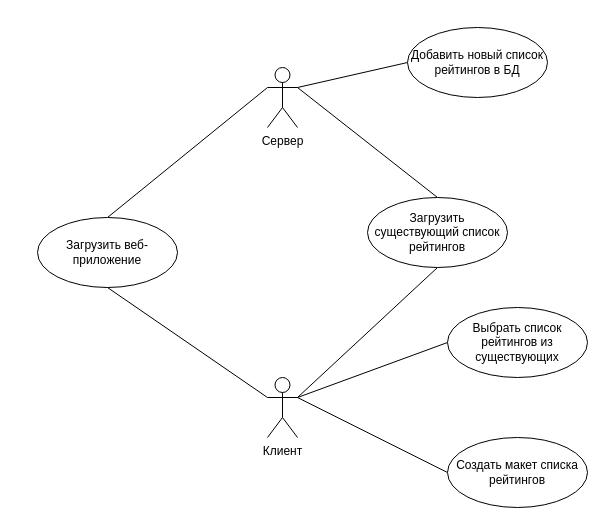
The draw.io diagram schemes/диаграмма вариантов использования.drawio in TiltySlighted/tierlist, before the edit. Source tidied: cells renumbered, new cells numbered last; positions are measured from the earlier drawing's top-left corner, leaving out a move shared by most shapes. Both pictures are drawn from the tidied source at 100%, with x=0, y=0 at pixel (37, 27).
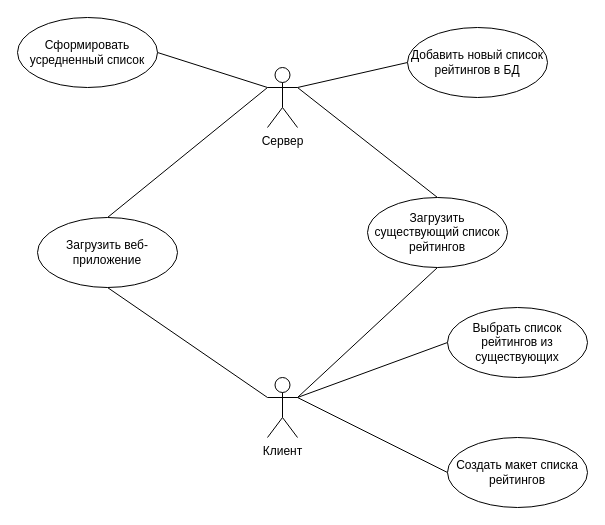
Above is the later version.

Diff of the diagram source:
```diff
@@
 <mxGraphModel>
   <root>
     <mxCell id="0" />
     <mxCell id="1" parent="0" />
     <mxCell id="2" style="edgeStyle=none;rounded=0;jettySize=auto;html=1;exitX=0;exitY=0.3333333333333333;exitDx=0;exitDy=0;exitPerimeter=0;entryX=0.5;entryY=1;entryDx=0;entryDy=0;endArrow=none;endFill=0;" parent="1" edge="1" source="6" target="11">
       <mxGeometry relative="1" as="geometry" />
     </mxCell>
     <mxCell id="3" style="edgeStyle=none;rounded=0;jettySize=auto;html=1;exitX=1;exitY=0.3333333333333333;exitDx=0;exitDy=0;exitPerimeter=0;entryX=0;entryY=0.5;entryDx=0;entryDy=0;endArrow=none;endFill=0;" parent="1" edge="1" source="6" target="12">
       <mxGeometry relative="1" as="geometry" />
     </mxCell>
     <mxCell id="4" style="edgeStyle=none;rounded=0;jettySize=auto;html=1;exitX=1;exitY=0.3333333333333333;exitDx=0;exitDy=0;exitPerimeter=0;entryX=0;entryY=0.5;entryDx=0;entryDy=0;endArrow=none;endFill=0;" parent="1" edge="1" source="6" target="13">
       <mxGeometry relative="1" as="geometry" />
     </mxCell>
     <mxCell id="5" style="edgeStyle=none;rounded=0;jettySize=auto;html=1;exitX=1;exitY=0.3333333333333333;exitDx=0;exitDy=0;exitPerimeter=0;entryX=0.5;entryY=1;entryDx=0;entryDy=0;endArrow=none;endFill=0;" parent="1" edge="1" source="6" target="15">
       <mxGeometry relative="1" as="geometry" />
     </mxCell>
     <mxCell id="6" value="Клиент" style="shape=umlActor;verticalLabelPosition=bottom;verticalAlign=top;html=1;" parent="1" vertex="1">
       <mxGeometry x="230" y="350" width="30" height="60" as="geometry" />
     </mxCell>
     <mxCell id="7" style="rounded=0;jettySize=auto;html=1;exitX=0;exitY=0.3333333333333333;exitDx=0;exitDy=0;exitPerimeter=0;entryX=0.5;entryY=0;entryDx=0;entryDy=0;endArrow=none;endFill=0;" parent="1" edge="1" source="10" target="11">
       <mxGeometry relative="1" as="geometry" />
     </mxCell>
     <mxCell id="8" style="edgeStyle=none;rounded=0;jettySize=auto;html=1;exitX=1;exitY=0.3333333333333333;exitDx=0;exitDy=0;exitPerimeter=0;entryX=0;entryY=0.5;entryDx=0;entryDy=0;endArrow=none;endFill=0;" parent="1" edge="1" source="10" target="14">
       <mxGeometry relative="1" as="geometry" />
     </mxCell>
     <mxCell id="9" style="edgeStyle=none;rounded=0;jettySize=auto;html=1;exitX=1;exitY=0.3333333333333333;exitDx=0;exitDy=0;exitPerimeter=0;entryX=0.5;entryY=0;entryDx=0;entryDy=0;endArrow=none;endFill=0;" parent="1" edge="1" source="10" target="15">
       <mxGeometry relative="1" as="geometry" />
     </mxCell>
     <mxCell id="10" value="Сервер" style="shape=umlActor;verticalLabelPosition=bottom;verticalAlign=top;html=1;" parent="1" vertex="1">
       <mxGeometry x="230" y="40" width="30" height="60" as="geometry" />
     </mxCell>
     <mxCell id="11" value="Загрузить веб-приложение" style="ellipse;whiteSpace=wrap;html=1;" parent="1" vertex="1">
       <mxGeometry y="190" width="140" height="70" as="geometry" />
     </mxCell>
     <mxCell id="12" value="Выбрать список рейтингов из существующих" style="ellipse;whiteSpace=wrap;html=1;" parent="1" vertex="1">
       <mxGeometry x="410" y="280" width="140" height="70" as="geometry" />
     </mxCell>
     <mxCell id="13" value="Создать макет списка рейтингов" style="ellipse;whiteSpace=wrap;html=1;" parent="1" vertex="1">
       <mxGeometry x="410" y="410" width="140" height="70" as="geometry" />
     </mxCell>
     <mxCell id="14" value="Добавить новый список рейтингов в БД" style="ellipse;whiteSpace=wrap;html=1;" parent="1" vertex="1">
       <mxGeometry x="370" width="140" height="70" as="geometry" />
     </mxCell>
     <mxCell id="15" value="Загрузить существующий список рейтингов" style="ellipse;whiteSpace=wrap;html=1;" parent="1" vertex="1">
       <mxGeometry x="330" y="170" width="140" height="70" as="geometry" />
     </mxCell>
+    <mxCell id="16" style="edgeStyle=none;rounded=0;jettySize=auto;html=1;exitX=1;exitY=0.5;exitDx=0;exitDy=0;endArrow=none;endFill=0;entryX=0;entryY=0.3333333333333333;entryDx=0;entryDy=0;entryPerimeter=0;" parent="1" edge="1" source="17" target="10">
+      <mxGeometry relative="1" as="geometry" />
+    </mxCell>
+    <mxCell id="17" value="Сформировать усредненный список" style="ellipse;whiteSpace=wrap;html=1;" parent="1" vertex="1">
+      <mxGeometry x="-20" y="-10" width="140" height="70" as="geometry" />
+    </mxCell>
   </root>
 </mxGraphModel>
```
